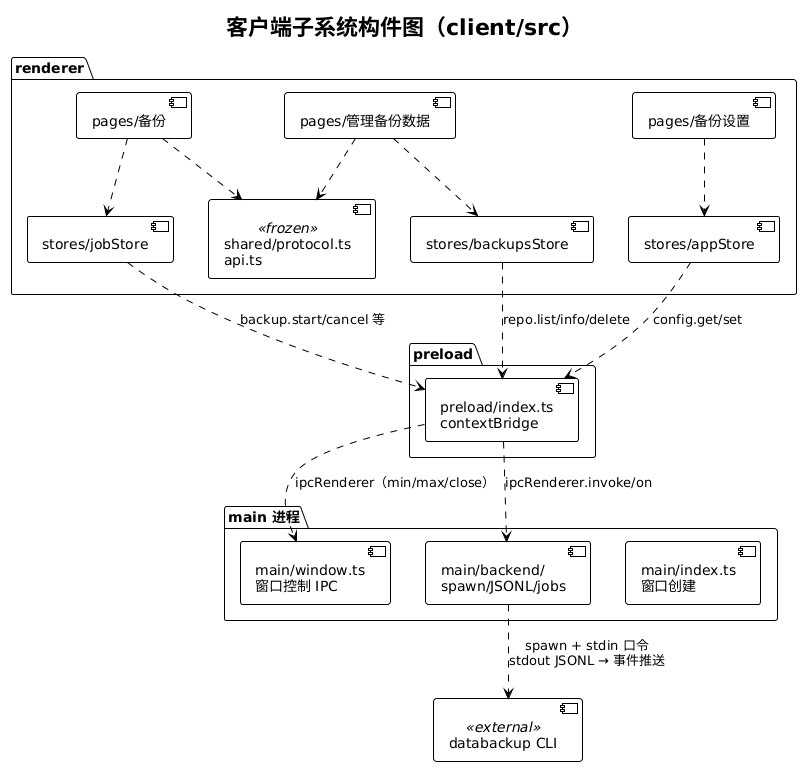
Earlier version of the PlantUML export docs/deliverables/diagrams/component-client.png (Piaoxuemoli/software-class-qoobeewang). The source it was exported from:
```plantuml
@startuml component-client
!theme plain
title 客户端子系统构件图（client/src）

package "main 进程" {
  [main/index.ts\n窗口创建] as mindex
  [main/window.ts\n窗口控制 IPC] as mwindow
  [main/backend/\nspawn/JSONL/jobs] as mbackend
}
package "preload" {
  [preload/index.ts\ncontextBridge] as pre
}
package "renderer" {
  [stores/jobStore] as jobStore
  [stores/backupsStore] as backupsStore
  [stores/appStore] as appStore
  [pages/备份] as pBackup
  [pages/管理备份数据] as pManage
  [pages/备份设置] as pSettings
  [shared/protocol.ts\napi.ts] as shared <<frozen>>
}
[databackup CLI] as cli <<external>>

pBackup ..> jobStore
pManage ..> backupsStore
pSettings ..> appStore
jobStore ..> pre : backup.start/cancel 等
backupsStore ..> pre : repo.list/info/delete
appStore ..> pre : config.get/set
pBackup ..> shared
pManage ..> shared
pre ..> mbackend : ipcRenderer.invoke/on
pre ..> mwindow : ipcRenderer（min/max/close）
mbackend ..> cli : spawn + stdin 口令\nstdout JSONL → 事件推送
@enduml
```
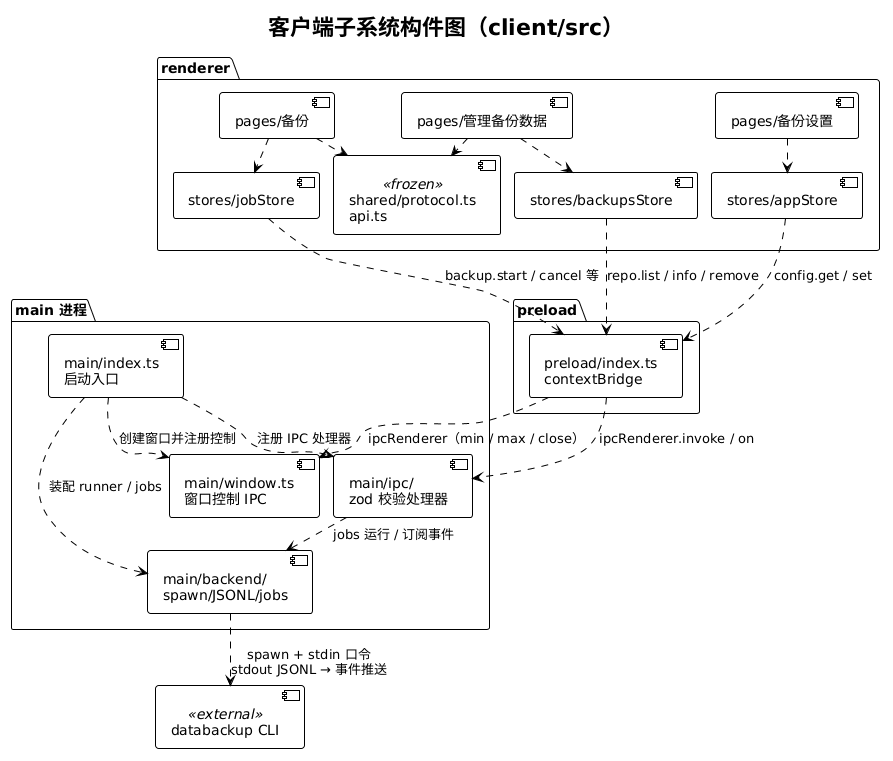
After the change.

What changed in the source:
```diff
@@ -1,11 +1,14 @@
 @startuml component-client
 !theme plain
+skinparam nodesep 14
+skinparam ranksep 16
 title 客户端子系统构件图（client/src）
 
 package "main 进程" {
-  [main/index.ts\n窗口创建] as mindex
+  [main/index.ts\n启动入口] as mindex
   [main/window.ts\n窗口控制 IPC] as mwindow
   [main/backend/\nspawn/JSONL/jobs] as mbackend
+  [main/ipc/\nzod 校验处理器] as mipc
 }
 package "preload" {
   [preload/index.ts\ncontextBridge] as pre
@@ -21,15 +24,19 @@
 }
 [databackup CLI] as cli <<external>>
 
+mindex ..> mwindow : 创建窗口并注册控制
+mindex ..> mipc : 注册 IPC 处理器
+mindex ..> mbackend : 装配 runner / jobs
 pBackup ..> jobStore
 pManage ..> backupsStore
 pSettings ..> appStore
-jobStore ..> pre : backup.start/cancel 等
-backupsStore ..> pre : repo.list/info/delete
-appStore ..> pre : config.get/set
+jobStore ..> pre : backup.start / cancel 等
+backupsStore ..> pre : repo.list / info / remove
+appStore ..> pre : config.get / set
 pBackup ..> shared
 pManage ..> shared
-pre ..> mbackend : ipcRenderer.invoke/on
-pre ..> mwindow : ipcRenderer（min/max/close）
+pre ..> mipc : ipcRenderer.invoke / on
+pre ..> mwindow : ipcRenderer（min / max / close）
+mipc ..> mbackend : jobs 运行 / 订阅事件
 mbackend ..> cli : spawn + stdin 口令\nstdout JSONL → 事件推送
 @enduml
```
